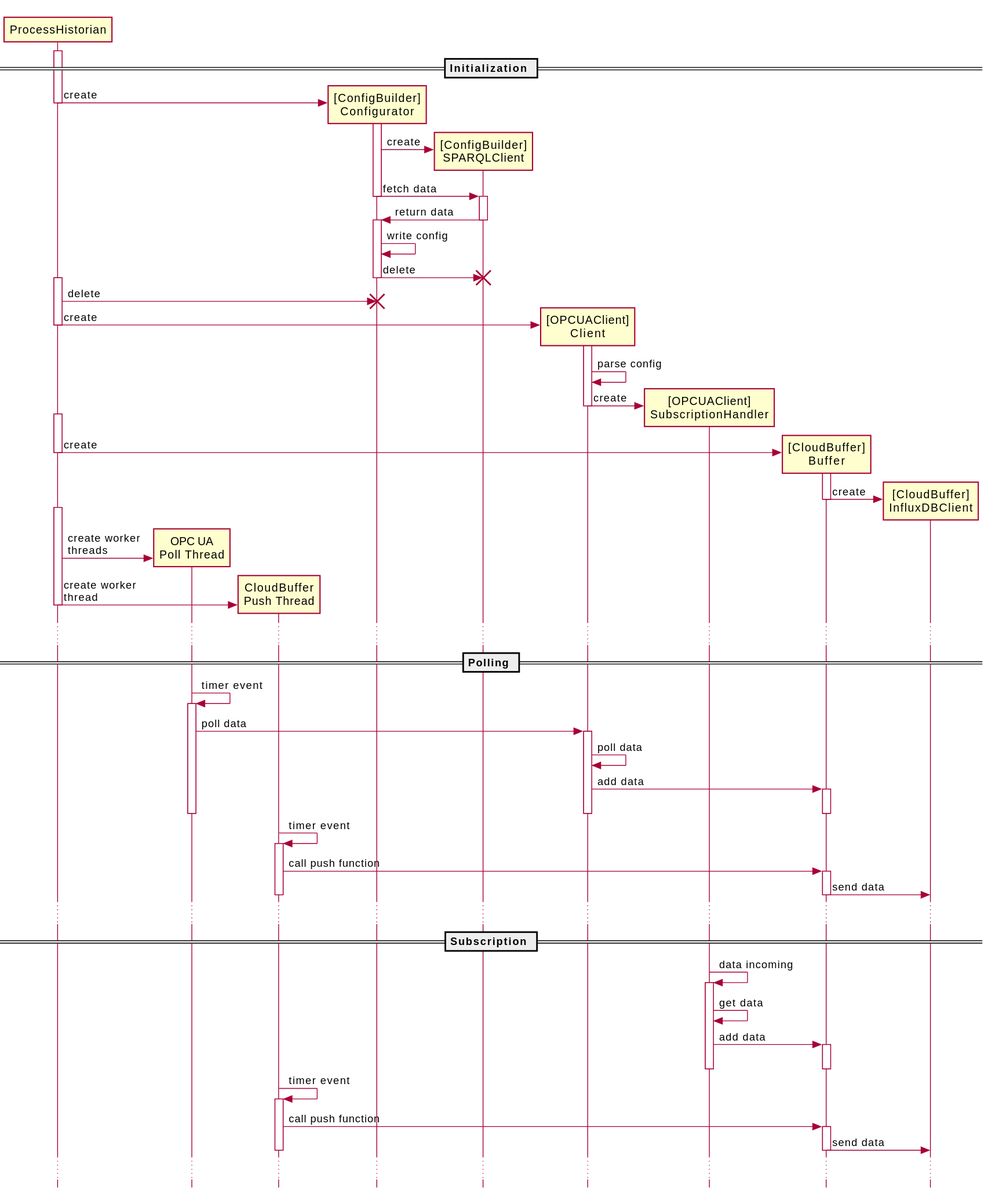
Praktikum-PvAS/process-historian keeps this PlantUML diagram as documentation/architecture/sequence_diagram.svg. Above is the earlier version.
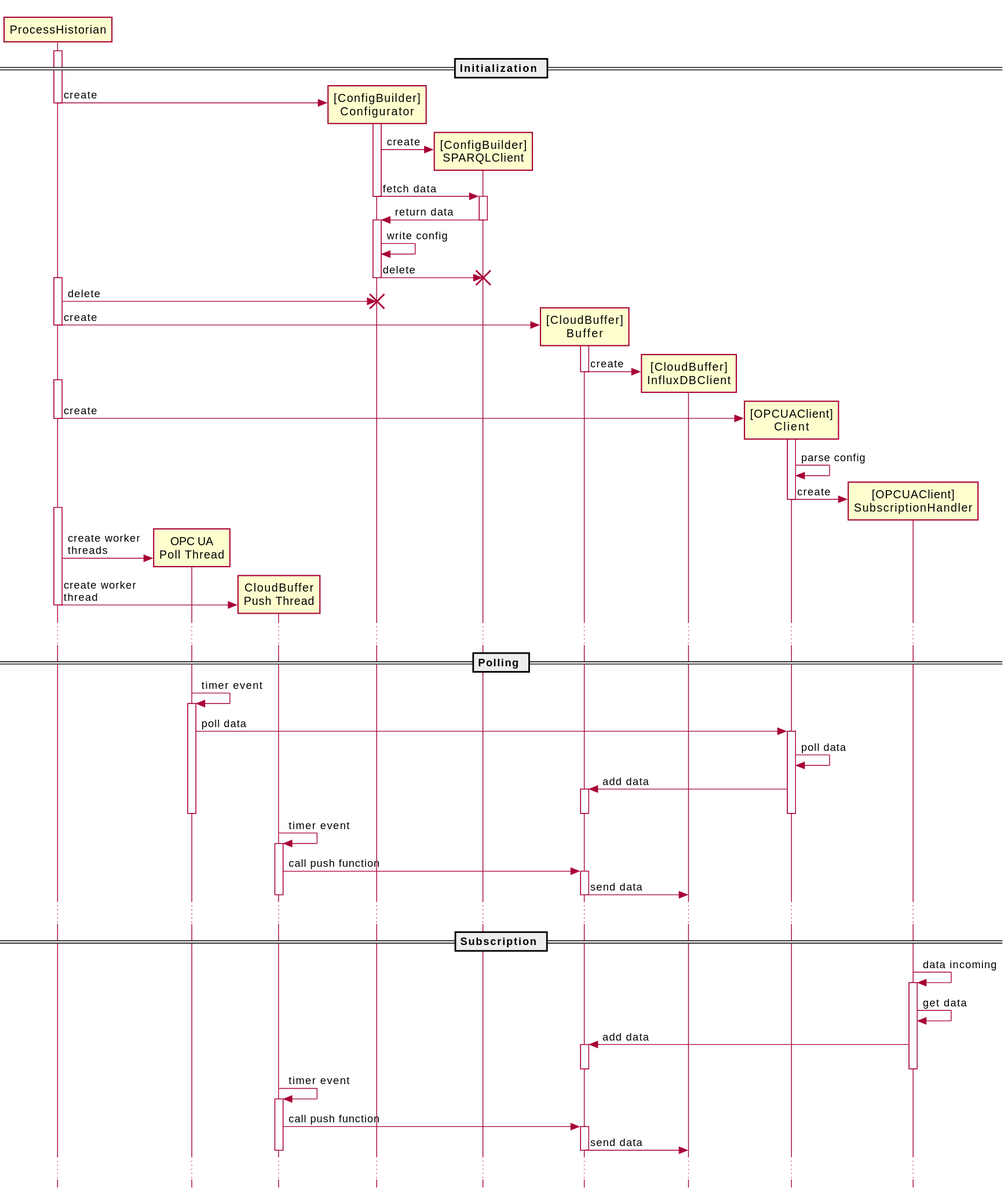
After the commit.

The edit, as a diff of the source:
```diff
@@ -21,6 +21,13 @@
 activate ProcessHistorian
 ProcessHistorian -> ConfigBuilder.Configurator !! : delete
 
+ProcessHistorian -> "[CloudBuffer]\nBuffer" as CloudBuffer.Buffer ** : create
+activate CloudBuffer.Buffer
+deactivate ProcessHistorian
+CloudBuffer.Buffer -> "[CloudBuffer]\nInfluxDBClient" as CloudBuffer.InfluxDBClient ** : create
+deactivate CloudBuffer.Buffer
+
+activate ProcessHistorian
 ProcessHistorian -> "[OPCUAClient]\nClient" as OPCUAClient.Client ** : create
 activate OPCUAClient.Client
 deactivate ProcessHistorian
@@ -28,12 +35,6 @@
 OPCUAClient.Client -> "[OPCUAClient]\nSubscriptionHandler" as OPCUAClient.SubscriptionHandler ** : create
 deactivate OPCUAClient.Client
 
-activate ProcessHistorian
-ProcessHistorian -> "[CloudBuffer]\nBuffer" as CloudBuffer.Buffer ** : create
-activate CloudBuffer.Buffer
-deactivate ProcessHistorian
-CloudBuffer.Buffer -> "[CloudBuffer]\nInfluxDBClient" as CloudBuffer.InfluxDBClient ** : create
-deactivate CloudBuffer.Buffer
 activate ProcessHistorian
 ProcessHistorian -> PollThread ** : create worker\nthreads
 ProcessHistorian -> PushThread ** : create worker\nthread
```
